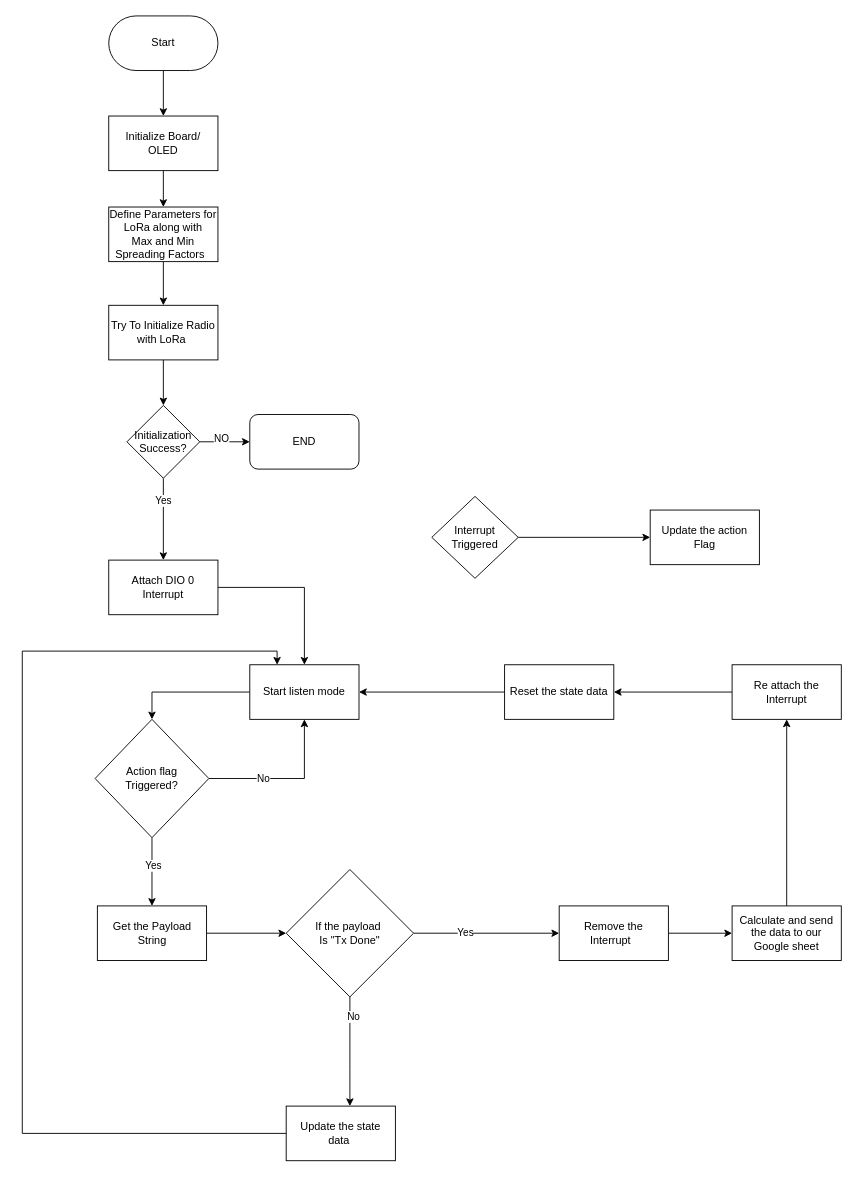
This is LoRaReciver.drawio from NuwanUdara/my-diagrams, a draw.io file, before an edit. Source tidied: cells renumbered, new cells numbered last; positions are measured from the earlier drawing's top-left corner, leaving out a move shared by most shapes. Both pictures are drawn from the tidied source at 91%, with x=0, y=0 at pixel (22, 15).
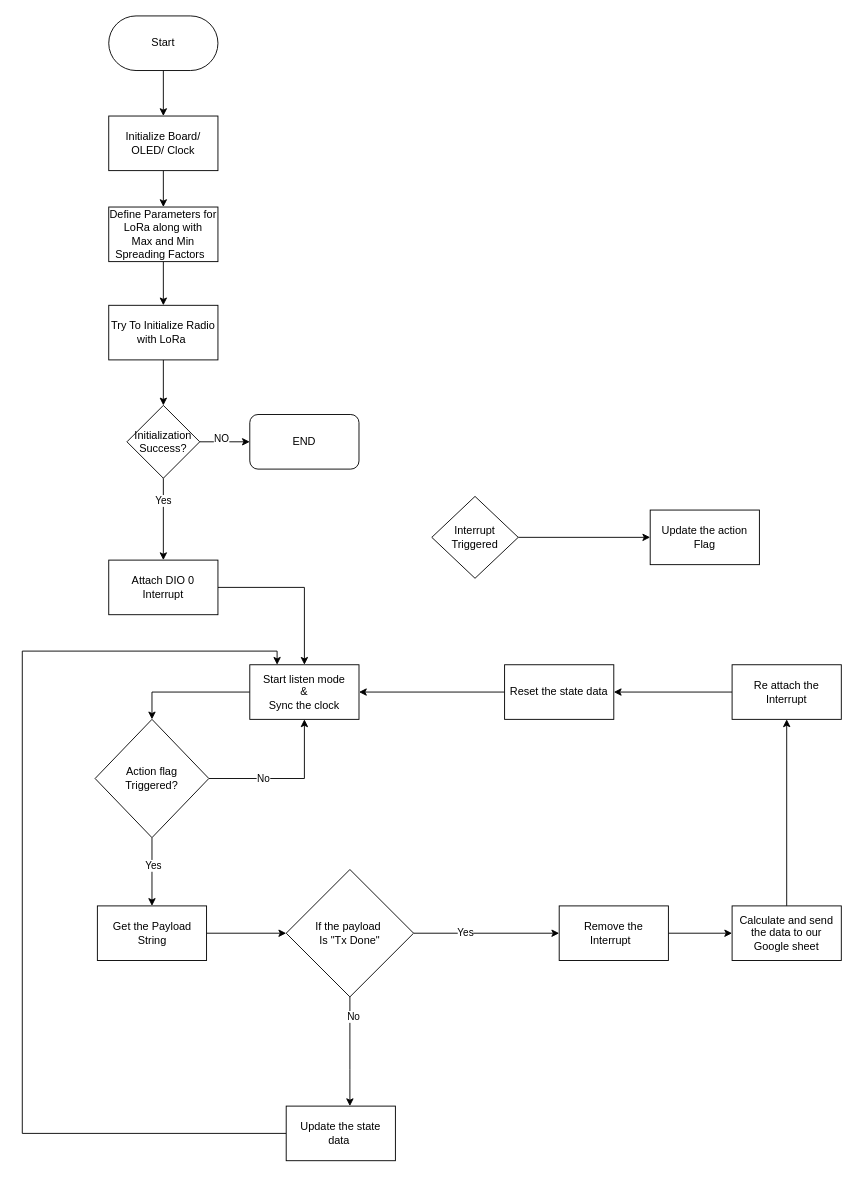
The same page after the edit.

The edit, as a diff of the source:
```diff
@@
-    <mxCell id="5" value="Initialize Board/ &lt;br&gt;OLED" style="rounded=0;whiteSpace=wrap;html=1;" parent="1" vertex="1">
+    <mxCell id="5" value="Initialize Board/ &lt;br&gt;OLED/ Clock" style="rounded=0;whiteSpace=wrap;html=1;" parent="1" vertex="1">
       <mxGeometry x="95" y="110" width="120" height="60" as="geometry" />
     </mxCell>
@@
-    <mxCell id="29" value="Start listen mode" style="rounded=0;whiteSpace=wrap;html=1;" parent="1" vertex="1">
+    <mxCell id="29" value="Start listen mode&lt;br&gt;&amp;amp;&lt;br&gt;Sync the clock" style="rounded=0;whiteSpace=wrap;html=1;" parent="1" vertex="1">
       <mxGeometry x="250" y="713" width="120" height="60" as="geometry" />
     </mxCell>
```
